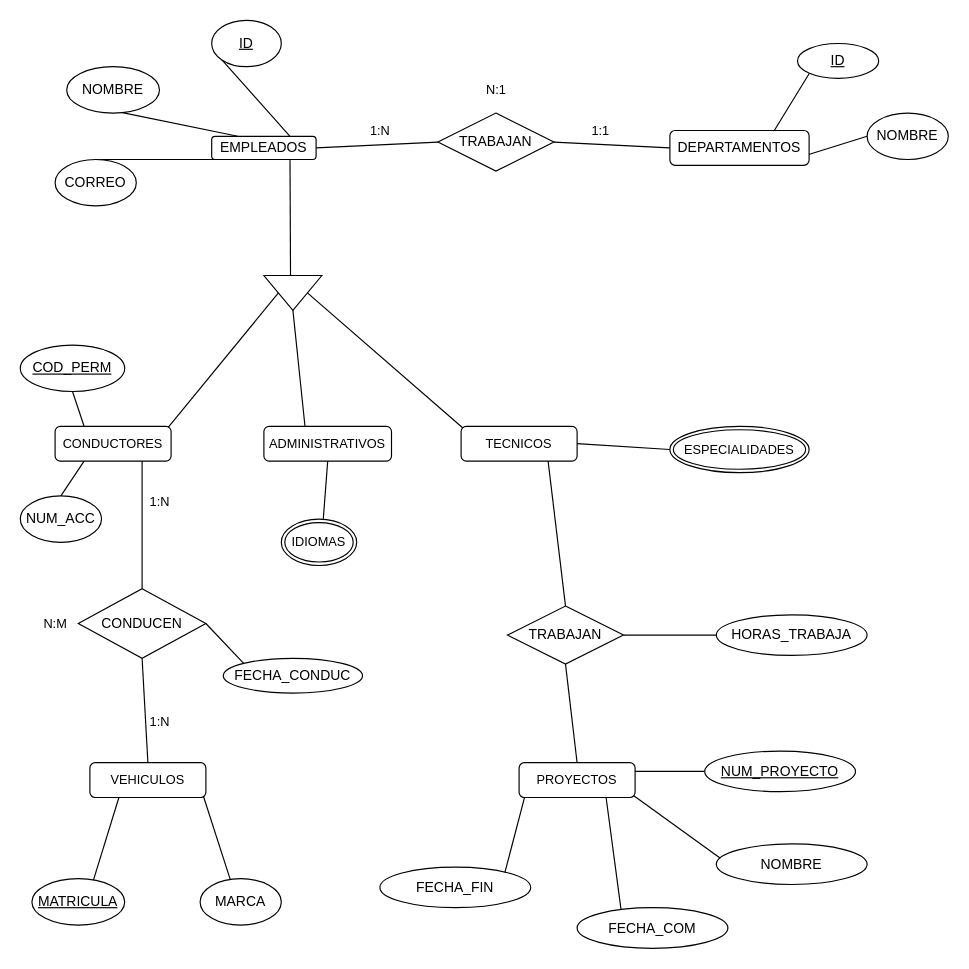
Earlier version of the draw.io diagram bases-datos/diagram-3.drawio (igardiet/dam). Source tidied: cells renumbered, new cells numbered last; positions are measured from the earlier drawing's top-left corner, leaving out a move shared by most shapes. Both pictures are drawn from the tidied source at 116%, with x=0, y=0 at pixel (20, 20).
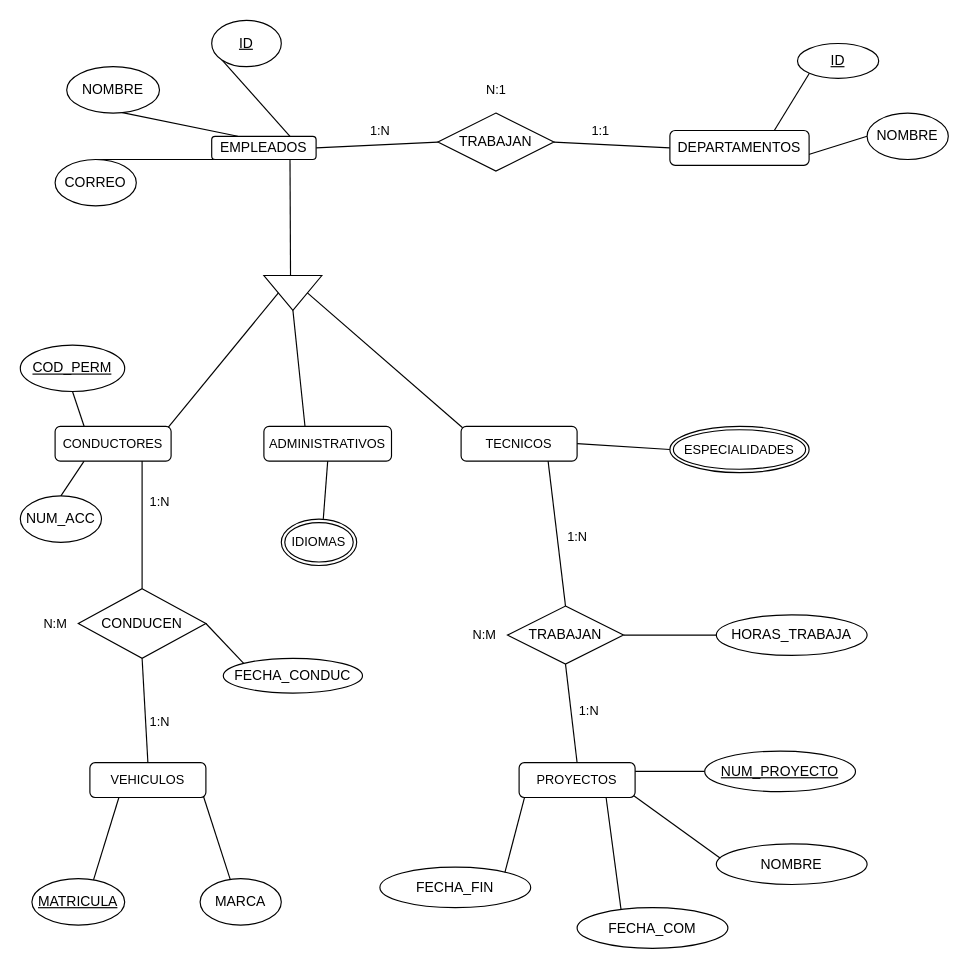
After the change.

Diff of the diagram source:
```diff
@@
+    <mxCell id="65" value="N:M" style="text;html=1;align=center;verticalAlign=middle;strokeColor=none;fillColor=none;fontSize=11;fontFamily=Helvetica;fontColor=default;" parent="1" vertex="1">
+      <mxGeometry x="380" y="515" width="40" height="30" as="geometry" />
+    </mxCell>
+    <mxCell id="66" value="1:N" style="text;html=1;align=center;verticalAlign=middle;strokeColor=none;fillColor=none;fontSize=11;fontFamily=Helvetica;fontColor=default;" parent="1" vertex="1">
+      <mxGeometry x="470" y="580" width="40" height="30" as="geometry" />
+    </mxCell>
+    <mxCell id="67" value="1:N" style="text;html=1;align=center;verticalAlign=middle;strokeColor=none;fillColor=none;fontSize=11;fontFamily=Helvetica;fontColor=default;" parent="1" vertex="1">
+      <mxGeometry x="460" y="430" width="40" height="30" as="geometry" />
+    </mxCell>
```
